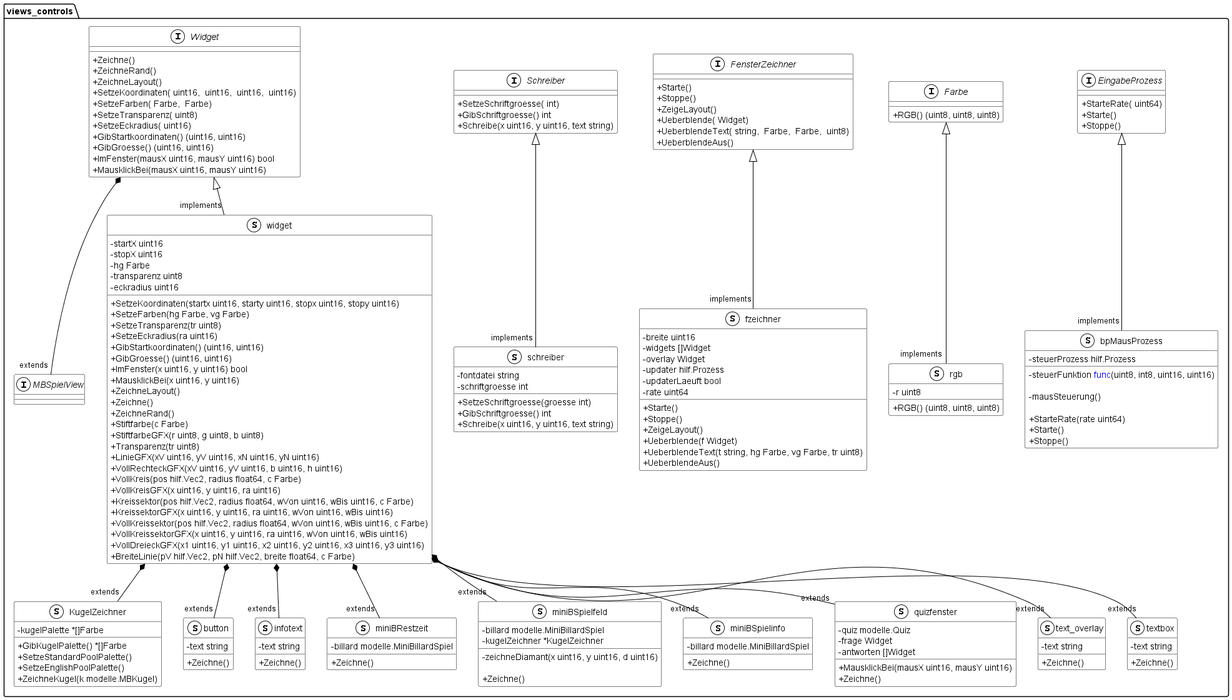
Earlier version of the PlantUML export documentation/UML/views_controls.png (Fussbroich/lwb-SWP).
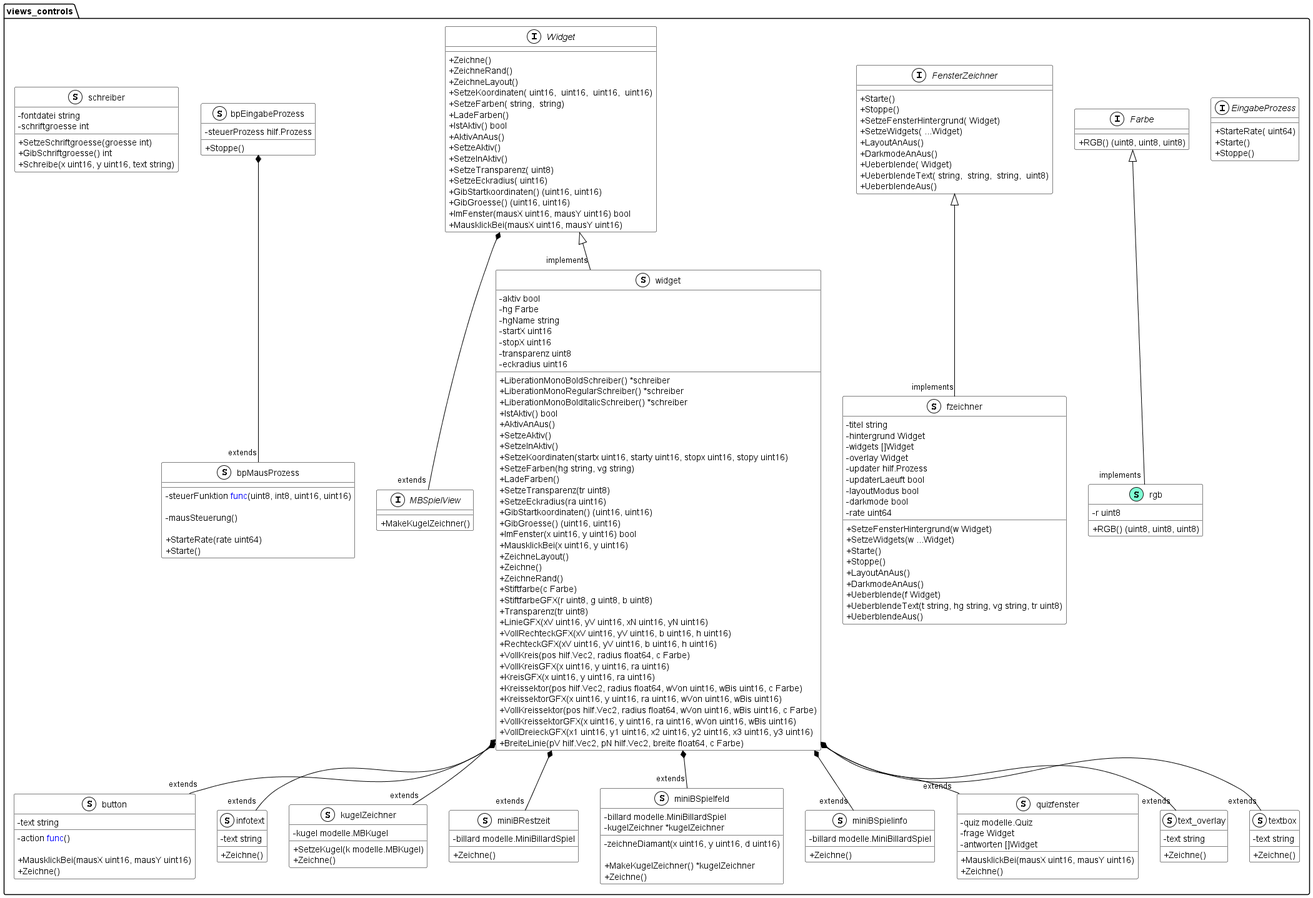
Above is the later version.

Change to the diagram source:
```diff
@@ -1,10 +1,12 @@
 @startuml
 skinparam classAttributeIconSize 0
+
 skinparam class {
 BackgroundColor White
 ArrowColor Black
 BorderColor Black
 }
+skinparam stereotypeCBackgroundColor White
 namespace views_controls {
     interface EingabeProzess << (I,White) >> {
         + StarteRate( uint64)
@@ -19,27 +21,17 @@
     interface FensterZeichner << (I,White) >> {
         + Starte()
         + Stoppe()
-        + ZeigeLayout()
+        + SetzeFensterHintergrund( Widget)
+        + SetzeWidgets( ...Widget)
+        + LayoutAnAus()
+        + DarkmodeAnAus()
         + Ueberblende( Widget)
-        + UeberblendeText( string,  Farbe,  Farbe,  uint8)
+        + UeberblendeText( string,  string,  string,  uint8)
         + UeberblendeAus()
 
     }
-    class KugelZeichner << (S,White) >> {
-        - kugelPalette *[]Farbe
-
-        + GibKugelPalette() *[]Farbe
-        + SetzeStandardPoolPalette()
-        + SetzeEnglishPoolPalette()
-        + ZeichneKugel(k modelle.MBKugel)
-
-    }
     interface MBSpielView << (I,White) >> {
-    }
-    interface Schreiber << (I,White) >> {
-        + SetzeSchriftgroesse( int)
-        + GibSchriftgroesse() int
-        + Schreibe(x uint16, y uint16, text string)
+        + MakeKugelZeichner()
 
     }
     interface Widget << (I,White) >> {
@@ -47,7 +39,12 @@
         + ZeichneRand()
         + ZeichneLayout()
         + SetzeKoordinaten( uint16,  uint16,  uint16,  uint16)
-        + SetzeFarben( Farbe,  Farbe)
+        + SetzeFarben( string,  string)
+        + LadeFarben()
+        + IstAktiv() bool
+        + AktivAnAus()
+        + SetzeAktiv()
+        + SetzeInAktiv()
         + SetzeTransparenz( uint8)
         + SetzeEckradius( uint16)
         + GibStartkoordinaten() (uint16, uint16)
@@ -56,42 +53,61 @@
         + MausklickBei(mausX uint16, mausY uint16)
 
     }
+    class bpEingabeProzess << (S,White) >> {
+        - steuerProzess hilf.Prozess
+
+        + Stoppe()
+
+    }
     class bpMausProzess << (S,White) >> {
-        - steuerProzess hilf.Prozess
         - steuerFunktion <font color=blue>func</font>(uint8, int8, uint16, uint16)
 
         - mausSteuerung()
 
         + StarteRate(rate uint64)
         + Starte()
-        + Stoppe()
 
     }
     class button << (S,White) >> {
         - text string
+        - action <font color=blue>func</font>()
 
+        + MausklickBei(mausX uint16, mausY uint16)
         + Zeichne()
 
     }
     class fzeichner << (S,White) >> {
-        - breite uint16
+        - titel string
+        - hintergrund Widget
         - widgets []Widget
         - overlay Widget
         - updater hilf.Prozess
         - updaterLaeuft bool
+        - layoutModus bool
+        - darkmode bool
         - rate uint64
 
+        + SetzeFensterHintergrund(w Widget)
+        + SetzeWidgets(w ...Widget)
         + Starte()
         + Stoppe()
-        + ZeigeLayout()
+        + LayoutAnAus()
+        + DarkmodeAnAus()
         + Ueberblende(f Widget)
-        + UeberblendeText(t string, hg Farbe, vg Farbe, tr uint8)
+        + UeberblendeText(t string, hg string, vg string, tr uint8)
         + UeberblendeAus()
 
     }
     class infotext << (S,White) >> {
         - text string
 
+        + Zeichne()
+
+    }
+    class kugelZeichner << (S,White) >> {
+        - kugel modelle.MBKugel
+
+        + SetzeKugel(k modelle.MBKugel)
         + Zeichne()
 
     }
@@ -103,10 +119,11 @@
     }
     class miniBSpielfeld << (S,White) >> {
         - billard modelle.MiniBillardSpiel
-        - kugelZeichner *KugelZeichner
+        - kugelZeichner *kugelZeichner
 
         - zeichneDiamant(x uint16, y uint16, d uint16)
 
+        + MakeKugelZeichner() *kugelZeichner
         + Zeichne()
 
     }
@@ -125,7 +142,7 @@
         + Zeichne()
 
     }
-    class rgb << (S,White) >> {
+    class rgb << (S,Aquamarine) >> {
         - r uint8
 
         + RGB() (uint8, uint8, uint8)
@@ -153,14 +170,24 @@
 
     }
     class widget << (S,White) >> {
+        - aktiv bool
+        - hg Farbe
+        - hgName string
         - startX uint16
         - stopX uint16
-        - hg Farbe
         - transparenz uint8
         - eckradius uint16
 
+        + LiberationMonoBoldSchreiber() *schreiber
+        + LiberationMonoRegularSchreiber() *schreiber
+        + LiberationMonoBoldItalicSchreiber() *schreiber
+        + IstAktiv() bool
+        + AktivAnAus()
+        + SetzeAktiv()
+        + SetzeInAktiv()
         + SetzeKoordinaten(startx uint16, starty uint16, stopx uint16, stopy uint16)
-        + SetzeFarben(hg Farbe, vg Farbe)
+        + SetzeFarben(hg string, vg string)
+        + LadeFarben()
         + SetzeTransparenz(tr uint8)
         + SetzeEckradius(ra uint16)
         + GibStartkoordinaten() (uint16, uint16)
@@ -175,8 +202,10 @@
         + Transparenz(tr uint8)
         + LinieGFX(xV uint16, yV uint16, xN uint16, yN uint16)
         + VollRechteckGFX(xV uint16, yV uint16, b uint16, h uint16)
+        + RechteckGFX(xV uint16, yV uint16, b uint16, h uint16)
         + VollKreis(pos hilf.Vec2, radius float64, c Farbe)
         + VollKreisGFX(x uint16, y uint16, ra uint16)
+        + KreisGFX(x uint16, y uint16, ra uint16)
         + Kreissektor(pos hilf.Vec2, radius float64, wVon uint16, wBis uint16, c Farbe)
         + KreissektorGFX(x uint16, y uint16, ra uint16, wVon uint16, wBis uint16)
         + VollKreissektor(pos hilf.Vec2, radius float64, wVon uint16, wBis uint16, c Farbe)
@@ -186,10 +215,11 @@
 
     }
 }
-"views_controls.widget" *-- "extends""views_controls.KugelZeichner"
 "views_controls.Widget" *-- "extends""views_controls.MBSpielView"
+"views_controls.bpEingabeProzess" *-- "extends""views_controls.bpMausProzess"
 "views_controls.widget" *-- "extends""views_controls.button"
 "views_controls.widget" *-- "extends""views_controls.infotext"
+"views_controls.widget" *-- "extends""views_controls.kugelZeichner"
 "views_controls.widget" *-- "extends""views_controls.miniBRestzeit"
 "views_controls.widget" *-- "extends""views_controls.miniBSpielfeld"
 "views_controls.widget" *-- "extends""views_controls.miniBSpielinfo"
@@ -197,10 +227,8 @@
 "views_controls.widget" *-- "extends""views_controls.text_overlay"
 "views_controls.widget" *-- "extends""views_controls.textbox"
 
-"views_controls.EingabeProzess" <|-- "implements""views_controls.bpMausProzess"
 "views_controls.FensterZeichner" <|-- "implements""views_controls.fzeichner"
 "views_controls.Farbe" <|-- "implements""views_controls.rgb"
-"views_controls.Schreiber" <|-- "implements""views_controls.schreiber"
 "views_controls.Widget" <|-- "implements""views_controls.widget"
 
 @enduml
```
